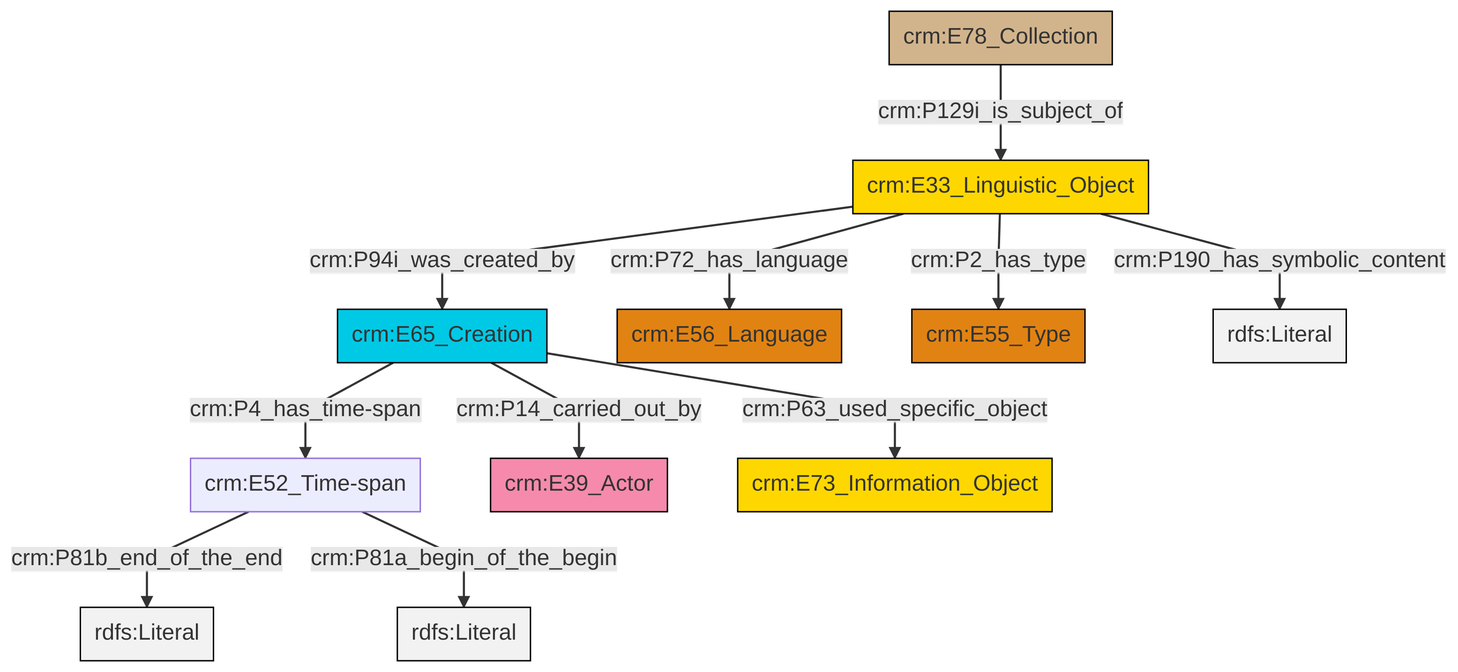
Before: et/archivalCSV/ttl/mmd/png/archival_desc.png, a diagram exported from Mermaid (swiss-art-research-net/docs.swissartresearch). Its source is kept beside it as et/archivalCSV/ttl/mmd/archival_desc.ttl.mmd.
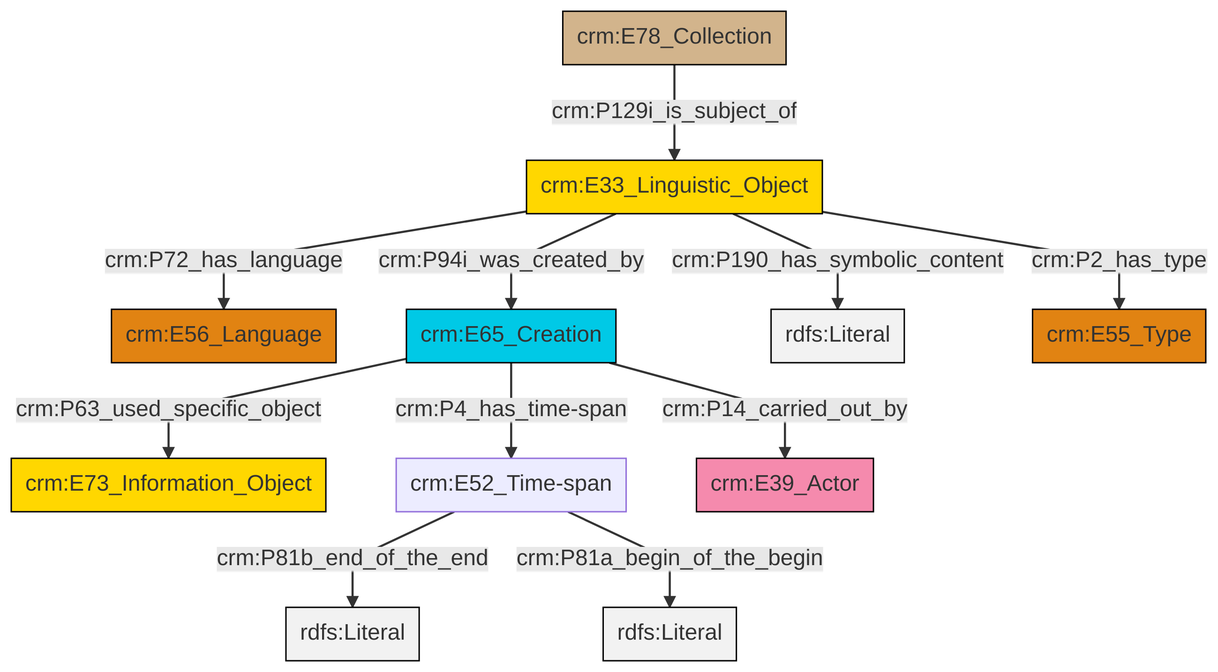
After the change.

The edit, as a diff of the source:
```diff
@@ -14,12 +14,12 @@
 classDef Multi fill:#cccccc,stroke:#000000;
 
 2["crm:E33_Linguistic_Object"]:::Conceptual_Object -->|crm:P72_has_language| 3["crm:E56_Language"]:::Type
-4["crm:E52_Time-span"]:::Default -->|crm:P81b_end_of_the_end| 5[rdfs:Literal]:::Literal
-0["crm:E65_Creation"]:::Temporal_Entity -->|crm:P14_carried_out_by| 6["crm:E39_Actor"]:::Actor
-0["crm:E65_Creation"]:::Temporal_Entity -->|crm:P63_used_specific_object| 8["crm:E73_Information_Object"]:::Conceptual_Object
-9["crm:E78_Collection"]:::Physical_Thing -->|crm:P129i_is_subject_of| 2["crm:E33_Linguistic_Object"]:::Conceptual_Object
-2["crm:E33_Linguistic_Object"]:::Conceptual_Object -->|crm:P94i_was_created_by| 0["crm:E65_Creation"]:::Temporal_Entity
+2["crm:E33_Linguistic_Object"]:::Conceptual_Object -->|crm:P94i_was_created_by| 4["crm:E65_Creation"]:::Temporal_Entity
+5["crm:E52_Time-span"]:::Default -->|crm:P81b_end_of_the_end| 7[rdfs:Literal]:::Literal
+4["crm:E65_Creation"]:::Temporal_Entity -->|crm:P4_has_time-span| 5["crm:E52_Time-span"]:::Default
+2["crm:E33_Linguistic_Object"]:::Conceptual_Object -->|crm:P190_has_symbolic_content| 9[rdfs:Literal]:::Literal
 2["crm:E33_Linguistic_Object"]:::Conceptual_Object -->|crm:P2_has_type| 10["crm:E55_Type"]:::Type
-0["crm:E65_Creation"]:::Temporal_Entity -->|crm:P4_has_time-span| 4["crm:E52_Time-span"]:::Default
-4["crm:E52_Time-span"]:::Default -->|crm:P81a_begin_of_the_begin| 15[rdfs:Literal]:::Literal
-2["crm:E33_Linguistic_Object"]:::Conceptual_Object -->|crm:P190_has_symbolic_content| 16[rdfs:Literal]:::Literal
+4["crm:E65_Creation"]:::Temporal_Entity -->|crm:P14_carried_out_by| 11["crm:E39_Actor"]:::Actor
+4["crm:E65_Creation"]:::Temporal_Entity -->|crm:P63_used_specific_object| 0["crm:E73_Information_Object"]:::Conceptual_Object
+5["crm:E52_Time-span"]:::Default -->|crm:P81a_begin_of_the_begin| 12[rdfs:Literal]:::Literal
+13["crm:E78_Collection"]:::Physical_Thing -->|crm:P129i_is_subject_of| 2["crm:E33_Linguistic_Object"]:::Conceptual_Object
```
